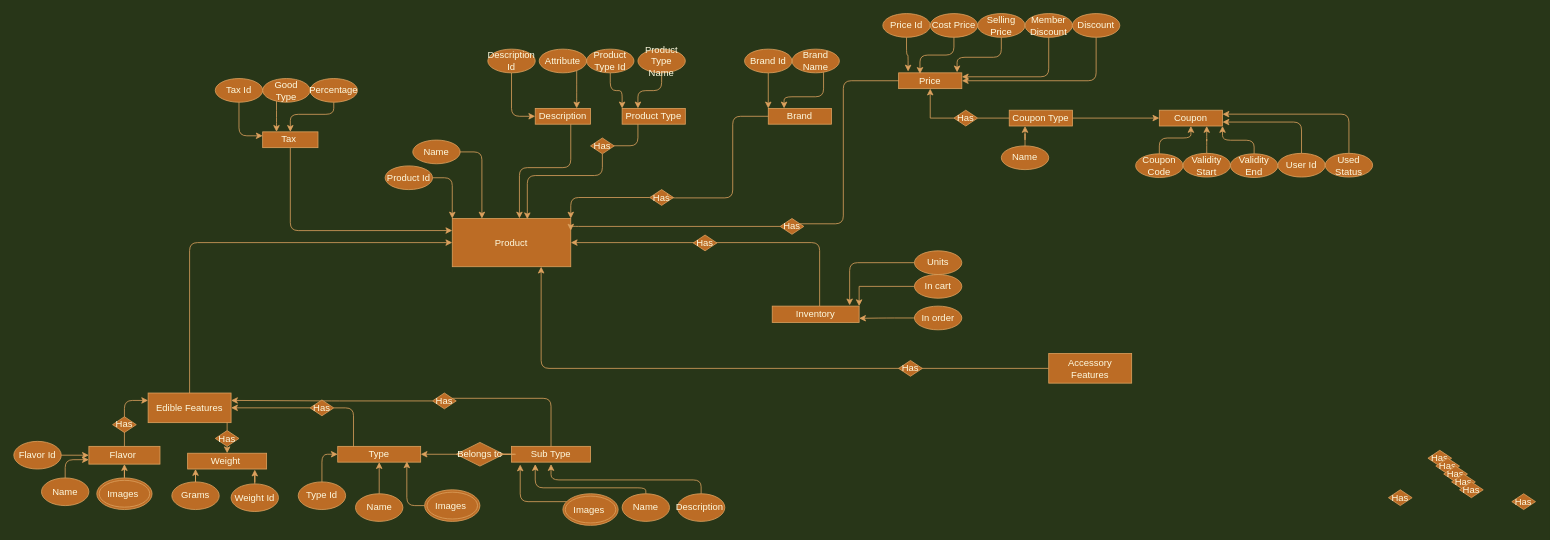
Above: Backend.drawio in JamesHellerAnish/Blog (draw.io), before the change. Source tidied: cells renumbered, new cells numbered last; positions are measured from the earlier drawing's top-left corner, leaving out a move shared by most shapes. Both pictures are drawn from the tidied source at 79%, with x=0, y=0 at pixel (13, 13).
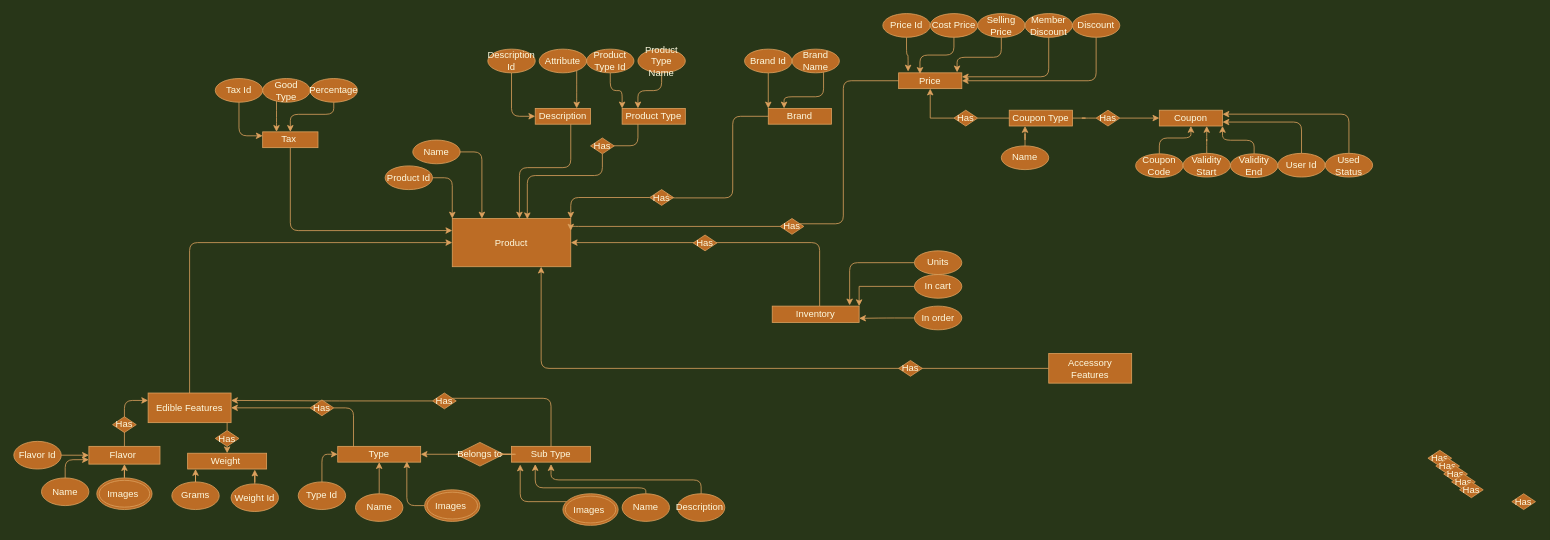
The same diagram, later.

Unchanged cells that the change refers to:
```xml
<mxCell id="107" value="Coupon Type" style="whiteSpace=wrap;html=1;align=center;fillColor=#BC6C25;strokeColor=#DDA15E;fontColor=#FEFAE0;" parent="1" vertex="1">
  <mxGeometry x="1260" y="122" width="80" height="20" as="geometry" />
</mxCell>
<mxCell id="120" value="Coupon" style="whiteSpace=wrap;html=1;align=center;fillColor=#BC6C25;strokeColor=#DDA15E;fontColor=#FEFAE0;" parent="1" vertex="1">
  <mxGeometry x="1450" y="122" width="80" height="20" as="geometry" />
</mxCell>
```

The edit, as a diff of the source:
```diff
@@
-    <mxCell id="101" value="Has" style="shape=rhombus;perimeter=rhombusPerimeter;whiteSpace=wrap;html=1;align=center;rounded=0;sketch=0;fontColor=#FEFAE0;strokeColor=#DDA15E;fillColor=#BC6C25;" parent="1" vertex="1">
-      <mxGeometry x="1740" y="602.5" width="30" height="20" as="geometry" />
-    </mxCell>
@@
-    <mxCell id="106" style="edgeStyle=orthogonalEdgeStyle;curved=0;rounded=1;sketch=0;jettySize=auto;html=1;fontColor=#FEFAE0;strokeColor=#DDA15E;fillColor=#BC6C25;" parent="1" edge="1" source="107" target="120">
+    <mxCell id="106" style="edgeStyle=orthogonalEdgeStyle;curved=0;rounded=1;sketch=0;jettySize=auto;html=1;fontColor=#FEFAE0;strokeColor=#DDA15E;fillColor=#BC6C25;startArrow=none;" parent="1" edge="1" source="101" target="120">
       <mxGeometry relative="1" as="geometry" />
     </mxCell>
@@
+    <mxCell id="101" value="Has" style="shape=rhombus;perimeter=rhombusPerimeter;whiteSpace=wrap;html=1;align=center;rounded=0;sketch=0;fontColor=#FEFAE0;strokeColor=#DDA15E;fillColor=#BC6C25;" parent="1" vertex="1">
+      <mxGeometry x="1370" y="122" width="30" height="20" as="geometry" />
+    </mxCell>
+    <mxCell id="131" style="edgeStyle=orthogonalEdgeStyle;curved=0;rounded=1;sketch=0;jettySize=auto;html=1;fontColor=#FEFAE0;strokeColor=#DDA15E;fillColor=#BC6C25;endArrow=none;" parent="1" edge="1" source="107" target="101">
+      <mxGeometry relative="1" as="geometry" />
+    </mxCell>
```
